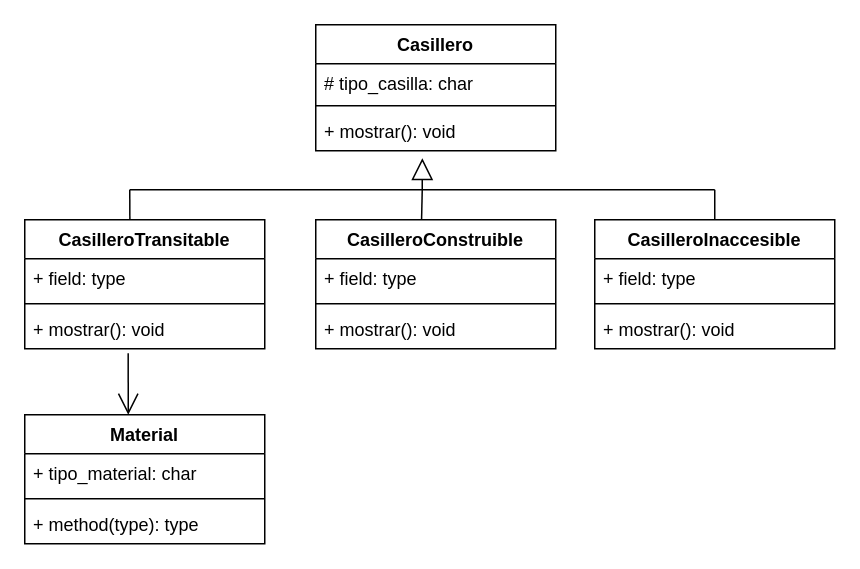
fabivrp/PowerLacras keeps this draw.io diagram as Untitled Diagram.drawio. Above is the earlier version. Source tidied: cells renumbered, new cells numbered last; positions are measured from the earlier drawing's top-left corner, leaving out a move shared by most shapes. Both pictures are drawn from the tidied source at 150%, with x=0, y=0 at pixel (24, 24).
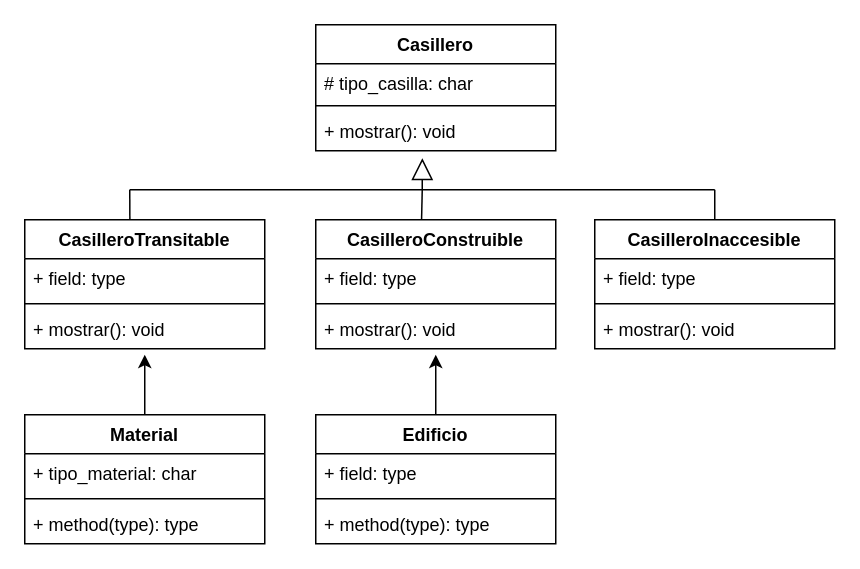
After the change.

Commit message:
UML PowerLacras

Unchanged cells that the change refers to:
```xml
<mxCell id="9" value="+ mostrar(): void" style="text;strokeColor=none;fillColor=none;align=left;verticalAlign=top;spacingLeft=4;spacingRight=4;overflow=hidden;points=[[0,0.5],[1,0.5]];portConstraint=eastwest;fontColor=default;" parent="6" vertex="1">
  <mxGeometry y="60" width="160" height="26" as="geometry" />
</mxCell>
<mxCell id="23" value="Material" style="swimlane;fontStyle=1;align=center;verticalAlign=top;horizontal=1;startSize=26;fontColor=default;strokeColor=default;fillColor=default;" parent="1" vertex="1">
  <mxGeometry y="260" width="160" height="86" as="geometry" />
</mxCell>
```

Diff of the diagram source:
```diff
@@
+    <mxCell id="28" style="edgeStyle=orthogonalEdgeStyle;rounded=0;jettySize=auto;html=1;labelBackgroundColor=default;fontColor=default;strokeColor=default;" parent="1" edge="1" source="23">
+      <mxGeometry relative="1" as="geometry">
+        <mxPoint x="80" y="220" as="targetPoint" />
+      </mxGeometry>
+    </mxCell>
@@
-    <mxCell id="27" style="endArrow=open;endFill=1;endSize=12;html=1;rounded=0;labelBackgroundColor=default;fontColor=default;targetPerimeterSpacing=10;strokeColor=default;exitX=0.431;exitY=1.115;exitDx=0;exitDy=0;exitPerimeter=0;" parent="1" edge="1" source="9">
-      <mxGeometry relative="1" as="geometry">
-        <mxPoint x="69" y="260" as="targetPoint" />
-      </mxGeometry>
-    </mxCell>
+    <mxCell id="29" style="edgeStyle=orthogonalEdgeStyle;rounded=0;jettySize=auto;html=1;labelBackgroundColor=default;fontColor=default;strokeColor=default;" parent="1" edge="1" source="30">
+      <mxGeometry relative="1" as="geometry">
+        <mxPoint x="274" y="220" as="targetPoint" />
+      </mxGeometry>
+    </mxCell>
+    <mxCell id="30" value="Edificio" style="swimlane;fontStyle=1;align=center;verticalAlign=top;horizontal=1;startSize=26;fontColor=default;fillColor=default;strokeColor=default;" parent="1" vertex="1">
+      <mxGeometry x="194" y="260" width="160" height="86" as="geometry" />
+    </mxCell>
+    <mxCell id="31" value="+ field: type" style="text;strokeColor=none;fillColor=none;align=left;verticalAlign=top;spacingLeft=4;spacingRight=4;overflow=hidden;fontColor=default;" parent="30" vertex="1">
+      <mxGeometry y="26" width="160" height="26" as="geometry" />
+    </mxCell>
+    <mxCell id="32" style="line;strokeWidth=1;fillColor=none;align=left;verticalAlign=middle;spacingTop=-1;spacingLeft=3;spacingRight=3;labelPosition=right;" parent="30" vertex="1">
+      <mxGeometry y="52" width="160" height="8" as="geometry" />
+    </mxCell>
+    <mxCell id="33" value="+ method(type): type" style="text;strokeColor=none;fillColor=none;align=left;verticalAlign=top;spacingLeft=4;spacingRight=4;overflow=hidden;" parent="30" vertex="1">
+      <mxGeometry y="60" width="160" height="26" as="geometry" />
+    </mxCell>
```
